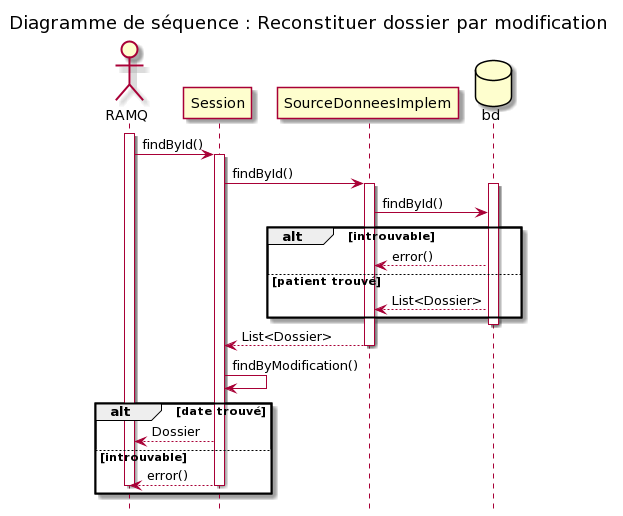
Above: models/Diagramme_Sequences/Reconstruire_dossier_modification/reconstuireDossier_modif_Diag.png in fethiuqam/INF5153-Projet-Session (PlantUML), before the change. Source of this version:
```plantuml
@startuml
title Diagramme de séquence : Reconstituer dossier par modification
hide footbox
Actor "RAMQ" as ramq
activate ramq
hide footbox
ramq -> Session: findById()
activate Session
Session -> SourceDonneesImplem: findById()
activate SourceDonneesImplem
database Bd as "bd"
activate Bd
SourceDonneesImplem -> Bd: findById()
alt introuvable
Bd --> SourceDonneesImplem: error()
else patient trouvé
Bd --> SourceDonneesImplem:List<Dossier>
end
deactivate Bd
SourceDonneesImplem --> Session: List<Dossier>
deactivate SourceDonneesImplem

Session -> Session: findByModification()
alt date trouvé
Session --> ramq: Dossier
else introuvable
Session --> ramq: error()
deactivate Session
deactivate ramq
end
@enduml
```
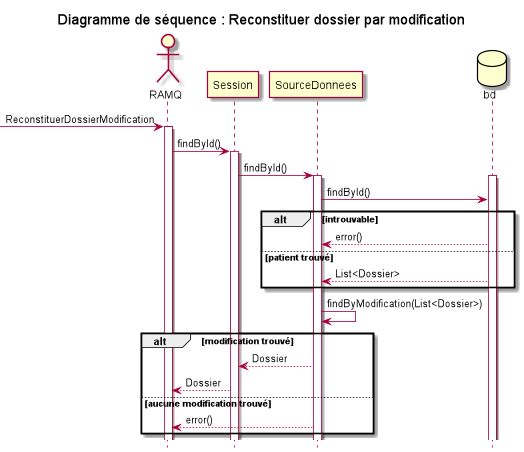
After the change.

Commit message:
ajout findByDate et findByModification

Diff of the diagram source:
```diff
@@ -1,31 +1,28 @@
 @startuml
 title Diagramme de séquence : Reconstituer dossier par modification
 hide footbox
-Actor "RAMQ" as ramq
+actor "RAMQ" as ramq
+-> ramq: ReconstituerDossierModification
 activate ramq
 hide footbox
 ramq -> Session: findById()
 activate Session
-Session -> SourceDonneesImplem: findById()
-activate SourceDonneesImplem
+Session -> SourceDonnees: findById()
+activate SourceDonnees
 database Bd as "bd"
 activate Bd
-SourceDonneesImplem -> Bd: findById()
+SourceDonnees -> Bd: findById()
 alt introuvable
-Bd --> SourceDonneesImplem: error()
+Bd --> SourceDonnees: error()
 else patient trouvé
-Bd --> SourceDonneesImplem:List<Dossier>
+Bd --> SourceDonnees:List<Dossier>
 end
-deactivate Bd
-SourceDonneesImplem --> Session: List<Dossier>
-deactivate SourceDonneesImplem
+SourceDonnees -> SourceDonnees: findByModification(List<Dossier>)
+alt modification trouvé
+SourceDonnees --> Session: Dossier
+Session --> ramq: Dossier
+else aucune modification trouvé
+SourceDonnees --> ramq: error()
+end
 
-Session -> Session: findByModification()
-alt date trouvé
-Session --> ramq: Dossier
-else introuvable
-Session --> ramq: error()
-deactivate Session
-deactivate ramq
-end
 @enduml
```
